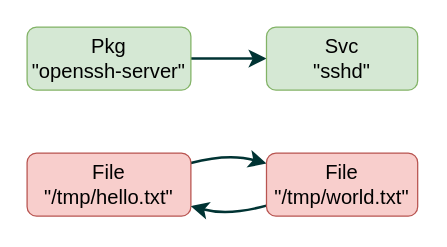
This is content/docs/guide/welcome-to-mgmt/welcome-to-mgmt.drawio from oakandspark/mgmtconfig.com, a draw.io file, before an edit. Source tidied: cells renumbered, new cells numbered last; positions are measured from the earlier drawing's top-left corner, leaving out a move shared by most shapes. Both pictures are drawn from the tidied source at 126%, with x=0, y=0 at pixel (26, 26).
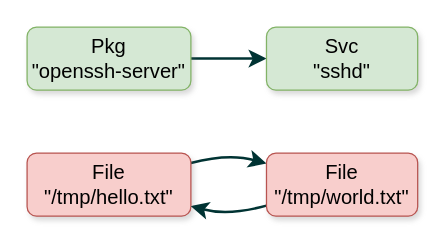
The same diagram, later.

Commit message:
Updated diagram source

Change to the diagram source:
```diff
@@
 <mxGraphModel>
   <root>
     <mxCell id="0" />
     <mxCell id="1" parent="0" />
     <mxCell id="2" style="edgeStyle=none;curved=1;rounded=0;jettySize=auto;html=1;fontSize=12;startSize=8;endSize=8;strokeWidth=2;strokeColor=#003333;" parent="1" edge="1" source="3" target="4">
       <mxGeometry relative="1" as="geometry" />
     </mxCell>
-    <mxCell id="3" value="Pkg&lt;div&gt;&quot;openssh-server&quot;&lt;/div&gt;" style="rounded=1;whiteSpace=wrap;html=1;fillColor=#d5e8d4;strokeColor=#82b366;glass=0;fontSize=16;" parent="1" vertex="1">
+    <mxCell id="3" value="Pkg&lt;div&gt;&quot;openssh-server&quot;&lt;/div&gt;" style="rounded=1;whiteSpace=wrap;html=1;fillColor=#d5e8d4;strokeColor=#82b366;glass=0;fontSize=16;convertToSvg=1;svgWhiteSpace=wrap;shadow=1;align=center;verticalAlign=middle;shadowBlur=2;shadowColor=#666666;fontFamily=Helvetica;" parent="1" vertex="1">
       <mxGeometry width="130" height="50" as="geometry" />
     </mxCell>
-    <mxCell id="4" value="Svc&lt;div&gt;&quot;sshd&quot;&lt;/div&gt;" style="rounded=1;whiteSpace=wrap;html=1;fillColor=#d5e8d4;strokeColor=#82b366;fontSize=16;" parent="1" vertex="1">
+    <mxCell id="4" value="Svc&lt;div&gt;&quot;sshd&quot;&lt;/div&gt;" style="rounded=1;whiteSpace=wrap;html=1;fillColor=#d5e8d4;strokeColor=#82b366;fontSize=16;convertToSvg=1;svgWhiteSpace=wrap;shadow=1;glass=0;align=center;verticalAlign=middle;shadowBlur=2;shadowColor=#666666;fontFamily=Helvetica;" parent="1" vertex="1">
       <mxGeometry x="190" width="120" height="50" as="geometry" />
     </mxCell>
     <mxCell id="5" style="edgeStyle=none;curved=1;rounded=0;jettySize=auto;html=1;fontSize=12;startSize=8;endSize=8;strokeWidth=2;strokeColor=#003333;" parent="1" edge="1" source="6" target="8">
       <mxGeometry relative="1" as="geometry">
         <Array as="points">
           <mxPoint x="160" y="100" />
         </Array>
       </mxGeometry>
     </mxCell>
-    <mxCell id="6" value="File&lt;div&gt;&quot;/tmp/hello.txt&quot;&lt;/div&gt;" style="rounded=1;whiteSpace=wrap;html=1;fillColor=#f8cecc;strokeColor=#b85450;fontSize=16;" parent="1" vertex="1">
+    <mxCell id="6" value="File&lt;div&gt;&quot;/tmp/hello.txt&quot;&lt;/div&gt;" style="rounded=1;whiteSpace=wrap;html=1;fillColor=#f8cecc;strokeColor=#b85450;fontSize=16;convertToSvg=1;svgWhiteSpace=wrap;textShadow=0;gradientColor=none;glass=0;shadow=1;shadowColor=#666666;shadowBlur=2;" parent="1" vertex="1">
       <mxGeometry y="100" width="130" height="50" as="geometry" />
     </mxCell>
     <mxCell id="7" style="edgeStyle=none;curved=1;rounded=0;jettySize=auto;html=1;fontSize=12;startSize=8;endSize=8;strokeWidth=2;strokeColor=#003333;" parent="1" edge="1" source="8" target="6">
       <mxGeometry relative="1" as="geometry">
         <Array as="points">
           <mxPoint x="160" y="150" />
         </Array>
       </mxGeometry>
     </mxCell>
-    <mxCell id="8" value="&lt;div&gt;File&lt;/div&gt;&lt;div&gt;&quot;/tmp/world.txt&quot;&lt;/div&gt;" style="rounded=1;whiteSpace=wrap;html=1;fillColor=#f8cecc;strokeColor=#b85450;fontSize=16;" parent="1" vertex="1">
+    <mxCell id="8" value="&lt;div&gt;File&lt;/div&gt;&lt;div&gt;&quot;/tmp/world.txt&quot;&lt;/div&gt;" style="rounded=1;whiteSpace=wrap;html=1;fillColor=#f8cecc;strokeColor=#b85450;fontSize=16;convertToSvg=1;svgWhiteSpace=wrap;shadow=1;glass=0;align=center;verticalAlign=middle;shadowBlur=2;shadowColor=#666666;fontFamily=Helvetica;fontColor=default;gradientColor=none;" parent="1" vertex="1">
       <mxGeometry x="190" y="100" width="120" height="50" as="geometry" />
     </mxCell>
   </root>
 </mxGraphModel>
```
